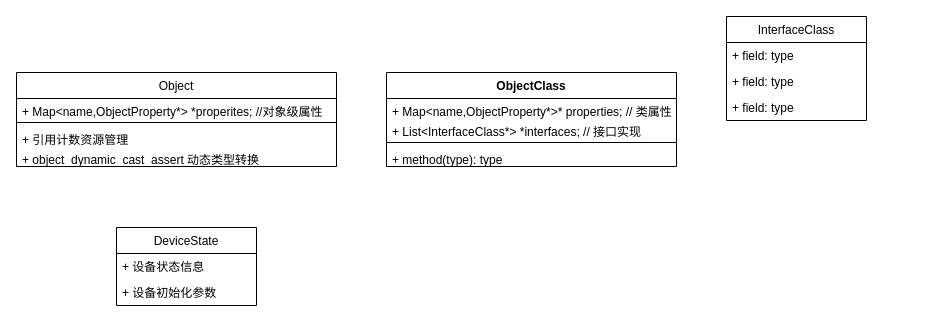
Before: QOM-BigArch.drawio in youtubezou/A-thinking-in-linux, a draw.io diagram. Source tidied: cells renumbered, new cells numbered last; positions are measured from the earlier drawing's top-left corner, leaving out a move shared by most shapes. Both pictures are drawn from the tidied source at 100%, with x=0, y=0 at pixel (16, 16).
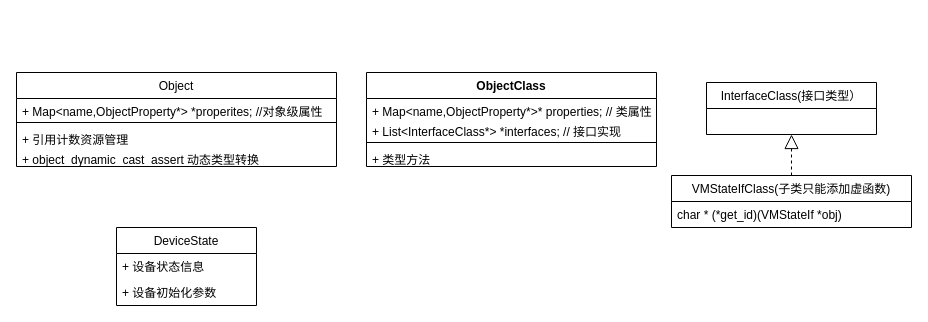
The same page after the edit.

The edit, as a diff of the source:
```diff
@@
 <mxGraphModel>
   <root>
     <mxCell id="0" />
     <mxCell id="1" parent="0" />
     <mxCell id="2" value="Object" style="swimlane;fontStyle=0;horizontal=1;startSize=26;fillColor=none;" parent="1" vertex="1">
       <mxGeometry y="56" width="320" height="94" as="geometry" />
     </mxCell>
     <mxCell id="3" value="+ Map&lt;name,ObjectProperty*&gt; *properites; //对象级属性" style="text;strokeColor=none;fillColor=none;align=left;verticalAlign=top;spacingLeft=4;spacingRight=4;overflow=hidden;" parent="2" vertex="1">
       <mxGeometry y="26" width="320" height="20" as="geometry" />
     </mxCell>
     <mxCell id="4" style="line;strokeWidth=1;fillColor=none;align=left;verticalAlign=middle;spacingTop=-1;spacingLeft=3;spacingRight=3;labelPosition=right;" parent="2" vertex="1">
       <mxGeometry y="46" width="320" height="8" as="geometry" />
     </mxCell>
     <mxCell id="5" value="+ 引用计数资源管理" style="text;strokeColor=none;fillColor=none;align=left;verticalAlign=top;spacingLeft=4;spacingRight=4;overflow=hidden;" parent="2" vertex="1">
       <mxGeometry y="54" width="320" height="20" as="geometry" />
     </mxCell>
     <mxCell id="6" value="+ object_dynamic_cast_assert 动态类型转换" style="text;strokeColor=none;fillColor=none;align=left;verticalAlign=top;spacingLeft=4;spacingRight=4;overflow=hidden;" parent="2" vertex="1">
       <mxGeometry y="74" width="320" height="20" as="geometry" />
     </mxCell>
     <mxCell id="7" value="ObjectClass" style="swimlane;fontStyle=1;align=center;verticalAlign=top;horizontal=1;startSize=26;" parent="1" vertex="1">
-      <mxGeometry x="370" y="56" width="290" height="94" as="geometry" />
+      <mxGeometry x="350" y="56" width="290" height="94" as="geometry" />
     </mxCell>
     <mxCell id="8" value="+ Map&lt;name,ObjectProperty*&gt;* properties; // 类属性" style="text;strokeColor=none;fillColor=none;align=left;verticalAlign=top;spacingLeft=4;spacingRight=4;overflow=hidden;" parent="7" vertex="1">
       <mxGeometry y="26" width="290" height="20" as="geometry" />
     </mxCell>
     <mxCell id="9" value="+ List&lt;InterfaceClass*&gt; *interfaces; // 接口实现" style="text;strokeColor=none;fillColor=none;align=left;verticalAlign=top;spacingLeft=4;spacingRight=4;overflow=hidden;" parent="7" vertex="1">
       <mxGeometry y="46" width="290" height="20" as="geometry" />
     </mxCell>
     <mxCell id="10" style="line;strokeWidth=1;fillColor=none;align=left;verticalAlign=middle;spacingTop=-1;spacingLeft=3;spacingRight=3;labelPosition=right;" parent="7" vertex="1">
       <mxGeometry y="66" width="290" height="8" as="geometry" />
     </mxCell>
-    <mxCell id="11" value="+ method(type): type" style="text;strokeColor=none;fillColor=none;align=left;verticalAlign=top;spacingLeft=4;spacingRight=4;overflow=hidden;" parent="7" vertex="1">
+    <mxCell id="11" value="+ 类型方法" style="text;strokeColor=none;fillColor=none;align=left;verticalAlign=top;spacingLeft=4;spacingRight=4;overflow=hidden;" parent="7" vertex="1">
       <mxGeometry y="74" width="290" height="20" as="geometry" />
     </mxCell>
     <mxCell id="12" value="DeviceState" style="swimlane;fontStyle=0;horizontal=1;startSize=26;fillColor=none;" parent="1" vertex="1">
       <mxGeometry x="100" y="211" width="140" height="78" as="geometry" />
     </mxCell>
     <mxCell id="13" value="+ 设备状态信息" style="text;strokeColor=none;fillColor=none;align=left;verticalAlign=top;spacingLeft=4;spacingRight=4;overflow=hidden;" parent="12" vertex="1">
       <mxGeometry y="26" width="140" height="26" as="geometry" />
     </mxCell>
     <mxCell id="14" value="+ 设备初始化参数" style="text;strokeColor=none;fillColor=none;align=left;verticalAlign=top;spacingLeft=4;spacingRight=4;overflow=hidden;" parent="12" vertex="1">
       <mxGeometry y="52" width="140" height="26" as="geometry" />
     </mxCell>
-    <mxCell id="15" value="InterfaceClass" style="swimlane;fontStyle=0;horizontal=1;startSize=26;fillColor=none;" parent="1" vertex="1">
-      <mxGeometry x="710" width="140" height="104" as="geometry" />
+    <mxCell id="15" value="InterfaceClass(接口类型）" style="swimlane;fontStyle=0;horizontal=1;startSize=26;fillColor=none;" parent="1" vertex="1">
+      <mxGeometry x="690" y="66" width="170" height="52" as="geometry" />
     </mxCell>
-    <mxCell id="16" value="+ field: type" style="text;strokeColor=none;fillColor=none;align=left;verticalAlign=top;spacingLeft=4;spacingRight=4;overflow=hidden;" parent="15" vertex="1">
-      <mxGeometry y="26" width="140" height="26" as="geometry" />
-    </mxCell>
-    <mxCell id="17" value="+ field: type" style="text;strokeColor=none;fillColor=none;align=left;verticalAlign=top;spacingLeft=4;spacingRight=4;overflow=hidden;" parent="15" vertex="1">
-      <mxGeometry y="52" width="140" height="26" as="geometry" />
-    </mxCell>
-    <mxCell id="18" value="+ field: type" style="text;strokeColor=none;fillColor=none;align=left;verticalAlign=top;spacingLeft=4;spacingRight=4;overflow=hidden;" parent="15" vertex="1">
-      <mxGeometry y="78" width="140" height="26" as="geometry" />
-    </mxCell>
+    <mxCell id="19" value="VMStateIfClass(子类只能添加虚函数)" style="swimlane;fontStyle=0;horizontal=1;startSize=26;fillColor=none;" parent="1" vertex="1">
+      <mxGeometry x="655" y="159" width="240" height="52" as="geometry" />
+    </mxCell>
+    <mxCell id="20" value="char * (*get_id)(VMStateIf *obj)" style="text;strokeColor=none;fillColor=none;align=left;verticalAlign=top;spacingLeft=4;spacingRight=4;overflow=hidden;" parent="19" vertex="1">
+      <mxGeometry y="26" width="240" height="26" as="geometry" />
+    </mxCell>
+    <mxCell id="21" style="endArrow=block;dashed=1;endFill=0;endSize=12;html=1;rounded=0;entryX=0.5;entryY=1;entryDx=0;entryDy=0;exitX=0.5;exitY=0;exitDx=0;exitDy=0;" parent="1" edge="1" source="19" target="15">
+      <mxGeometry relative="1" as="geometry" />
+    </mxCell>
   </root>
 </mxGraphModel>
```
